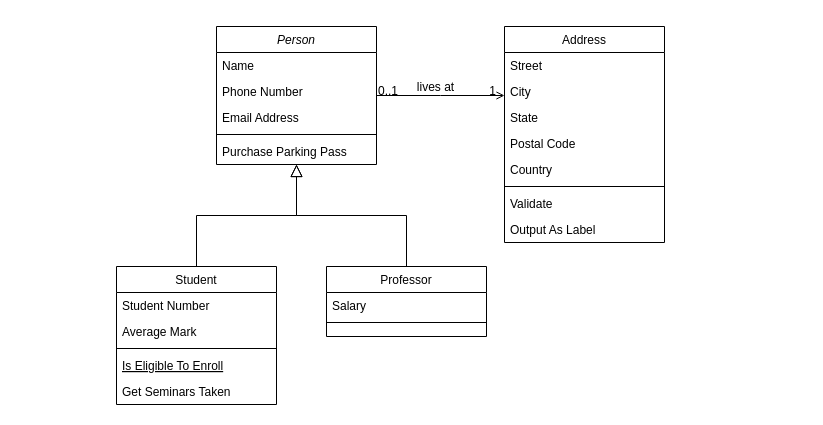
AgustinaFontana/1prueba keeps this draw.io diagram as SistDeComercio.drawio. Above is the earlier version. Source tidied: cells renumbered, new cells numbered last; positions are measured from the earlier drawing's top-left corner, leaving out a move shared by most shapes. Both pictures are drawn from the tidied source at 100%, with x=0, y=0 at pixel (116, 26).
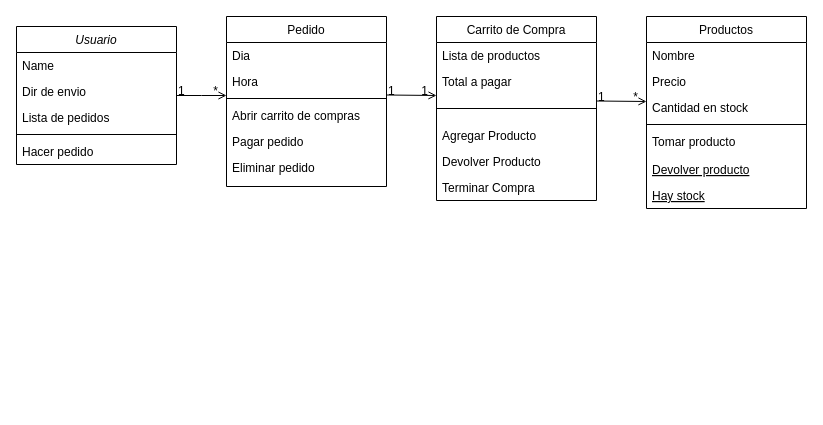
Above is the later version.

The change refers to these unchanged cells:
```xml
<mxCell id="28" style="endArrow=open;shadow=0;strokeWidth=1;rounded=0;endFill=1;edgeStyle=elbowEdgeStyle;elbow=vertical;" parent="1" edge="1" source="2" target="19">
  <mxGeometry x="0.5" y="41" relative="1" as="geometry">
    <mxPoint x="-40" y="32" as="offset" />
  </mxGeometry>
</mxCell>
```

What changed in the source:
```diff
@@
-    <mxCell id="2" value="Person" style="swimlane;fontStyle=2;align=center;verticalAlign=top;horizontal=1;startSize=26;rounded=0;shadow=0;strokeWidth=1;" parent="1" vertex="1">
-      <mxGeometry x="100" width="160" height="138" as="geometry" />
+    <mxCell id="2" value="Usuario" style="swimlane;fontStyle=2;align=center;verticalAlign=top;horizontal=1;startSize=26;rounded=0;shadow=0;strokeWidth=1;" parent="1" vertex="1">
+      <mxGeometry x="-100" width="160" height="138" as="geometry" />
     </mxCell>
@@
-    <mxCell id="4" value="Phone Number" style="text;align=left;verticalAlign=top;spacingLeft=4;spacingRight=4;overflow=hidden;rounded=0;shadow=0;html=0;" parent="2" vertex="1">
+    <mxCell id="4" value="Dir de envio" style="text;align=left;verticalAlign=top;spacingLeft=4;spacingRight=4;overflow=hidden;rounded=0;shadow=0;html=0;" parent="2" vertex="1">
       <mxGeometry y="52" width="160" height="26" as="geometry" />
     </mxCell>
-    <mxCell id="5" value="Email Address" style="text;align=left;verticalAlign=top;spacingLeft=4;spacingRight=4;overflow=hidden;rounded=0;shadow=0;html=0;" parent="2" vertex="1">
+    <mxCell id="5" value="Lista de pedidos" style="text;align=left;verticalAlign=top;spacingLeft=4;spacingRight=4;overflow=hidden;rounded=0;shadow=0;html=0;" parent="2" vertex="1">
       <mxGeometry y="78" width="160" height="26" as="geometry" />
     </mxCell>
@@
-    <mxCell id="7" value="Purchase Parking Pass" style="text;align=left;verticalAlign=top;spacingLeft=4;spacingRight=4;overflow=hidden;" parent="2" vertex="1">
+    <mxCell id="7" value="Hacer pedido" style="text;align=left;verticalAlign=top;spacingLeft=4;spacingRight=4;overflow=hidden;" parent="2" vertex="1">
       <mxGeometry y="112" width="160" height="26" as="geometry" />
     </mxCell>
-    <mxCell id="8" value="Student" style="swimlane;fontStyle=0;align=center;verticalAlign=top;horizontal=1;startSize=26;rounded=0;shadow=0;strokeWidth=1;" parent="1" vertex="1">
-      <mxGeometry y="240" width="160" height="138" as="geometry" />
+    <mxCell id="8" value="Productos" style="swimlane;fontStyle=0;align=center;verticalAlign=top;horizontal=1;startSize=26;rounded=0;shadow=0;strokeWidth=1;" parent="1" vertex="1">
+      <mxGeometry x="530" y="-10" width="160" height="192" as="geometry" />
     </mxCell>
-    <mxCell id="9" value="Student Number" style="text;align=left;verticalAlign=top;spacingLeft=4;spacingRight=4;overflow=hidden;" parent="8" vertex="1">
+    <mxCell id="9" value="Nombre" style="text;align=left;verticalAlign=top;spacingLeft=4;spacingRight=4;overflow=hidden;" parent="8" vertex="1">
       <mxGeometry y="26" width="160" height="26" as="geometry" />
     </mxCell>
-    <mxCell id="10" value="Average Mark" style="text;align=left;verticalAlign=top;spacingLeft=4;spacingRight=4;overflow=hidden;rounded=0;shadow=0;html=0;" parent="8" vertex="1">
+    <mxCell id="10" value="Precio" style="text;align=left;verticalAlign=top;spacingLeft=4;spacingRight=4;overflow=hidden;rounded=0;shadow=0;html=0;" parent="8" vertex="1">
       <mxGeometry y="52" width="160" height="26" as="geometry" />
     </mxCell>
+    <mxCell id="32" value="Cantidad en stock" style="text;align=left;verticalAlign=top;spacingLeft=4;spacingRight=4;overflow=hidden;rounded=0;shadow=0;html=0;" parent="8" vertex="1">
+      <mxGeometry y="78" width="160" height="26" as="geometry" />
+    </mxCell>
     <mxCell id="11" style="line;html=1;strokeWidth=1;align=left;verticalAlign=middle;spacingTop=-1;spacingLeft=3;spacingRight=3;labelPosition=right;" parent="8" vertex="1">
-      <mxGeometry y="78" width="160" height="8" as="geometry" />
+      <mxGeometry y="104" width="160" height="8" as="geometry" />
     </mxCell>
+    <mxCell id="13" value="Tomar producto" style="text;align=left;verticalAlign=top;spacingLeft=4;spacingRight=4;overflow=hidden;" parent="8" vertex="1">
+      <mxGeometry y="112" width="160" height="28" as="geometry" />
+    </mxCell>
-    <mxCell id="12" value="Is Eligible To Enroll" style="text;align=left;verticalAlign=top;spacingLeft=4;spacingRight=4;overflow=hidden;fontStyle=4;" parent="8" vertex="1">
-      <mxGeometry y="86" width="160" height="26" as="geometry" />
+    <mxCell id="12" value="Devolver producto" style="text;align=left;verticalAlign=top;spacingLeft=4;spacingRight=4;overflow=hidden;fontStyle=4;" parent="8" vertex="1">
+      <mxGeometry y="140" width="160" height="26" as="geometry" />
     </mxCell>
-    <mxCell id="13" value="Get Seminars Taken" style="text;align=left;verticalAlign=top;spacingLeft=4;spacingRight=4;overflow=hidden;" parent="8" vertex="1">
-      <mxGeometry y="112" width="160" height="26" as="geometry" />
-    </mxCell>
-    <mxCell id="14" style="endArrow=block;endSize=10;endFill=0;shadow=0;strokeWidth=1;rounded=0;edgeStyle=elbowEdgeStyle;elbow=vertical;" parent="1" edge="1" source="8" target="2">
-      <mxGeometry relative="1" as="geometry" />
-    </mxCell>
+    <mxCell id="33" value="Hay stock" style="text;align=left;verticalAlign=top;spacingLeft=4;spacingRight=4;overflow=hidden;fontStyle=4;" parent="8" vertex="1">
+      <mxGeometry y="166" width="160" height="26" as="geometry" />
+    </mxCell>
-    <mxCell id="15" value="Professor" style="swimlane;fontStyle=0;align=center;verticalAlign=top;horizontal=1;startSize=26;rounded=0;shadow=0;strokeWidth=1;" parent="1" vertex="1">
-      <mxGeometry x="210" y="240" width="160" height="70" as="geometry" />
+    <mxCell id="15" value="Carrito de Compra" style="swimlane;fontStyle=0;align=center;verticalAlign=top;horizontal=1;startSize=26;rounded=0;shadow=0;strokeWidth=1;" parent="1" vertex="1">
+      <mxGeometry x="320" y="-10" width="160" height="184" as="geometry" />
     </mxCell>
-    <mxCell id="16" value="Salary" style="text;align=left;verticalAlign=top;spacingLeft=4;spacingRight=4;overflow=hidden;" parent="15" vertex="1">
+    <mxCell id="16" value="Lista de productos" style="text;align=left;verticalAlign=top;spacingLeft=4;spacingRight=4;overflow=hidden;" parent="15" vertex="1">
       <mxGeometry y="26" width="160" height="26" as="geometry" />
     </mxCell>
+    <mxCell id="34" value="Total a pagar" style="text;align=left;verticalAlign=top;spacingLeft=4;spacingRight=4;overflow=hidden;" parent="15" vertex="1">
+      <mxGeometry y="52" width="160" height="26" as="geometry" />
+    </mxCell>
     <mxCell id="17" style="line;html=1;strokeWidth=1;align=left;verticalAlign=middle;spacingTop=-1;spacingLeft=3;spacingRight=3;labelPosition=right;" parent="15" vertex="1">
-      <mxGeometry y="52" width="160" height="8" as="geometry" />
+      <mxGeometry y="78" width="160" height="28" as="geometry" />
     </mxCell>
-    <mxCell id="18" style="endArrow=block;endSize=10;endFill=0;shadow=0;strokeWidth=1;rounded=0;edgeStyle=elbowEdgeStyle;elbow=vertical;" parent="1" edge="1" source="15" target="2">
-      <mxGeometry relative="1" as="geometry" />
-    </mxCell>
+    <mxCell id="35" value="Agregar Producto" style="text;align=left;verticalAlign=top;spacingLeft=4;spacingRight=4;overflow=hidden;" parent="15" vertex="1">
+      <mxGeometry y="106" width="160" height="26" as="geometry" />
+    </mxCell>
+    <mxCell id="36" value="Devolver Producto" style="text;align=left;verticalAlign=top;spacingLeft=4;spacingRight=4;overflow=hidden;" parent="15" vertex="1">
+      <mxGeometry y="132" width="160" height="26" as="geometry" />
+    </mxCell>
+    <mxCell id="37" value="Terminar Compra" style="text;align=left;verticalAlign=top;spacingLeft=4;spacingRight=4;overflow=hidden;" parent="15" vertex="1">
+      <mxGeometry y="158" width="160" height="26" as="geometry" />
+    </mxCell>
-    <mxCell id="19" value="Address" style="swimlane;fontStyle=0;align=center;verticalAlign=top;horizontal=1;startSize=26;rounded=0;shadow=0;strokeWidth=1;" parent="1" vertex="1">
-      <mxGeometry x="388" width="160" height="216" as="geometry" />
+    <mxCell id="19" value="Pedido" style="swimlane;fontStyle=0;align=center;verticalAlign=top;horizontal=1;startSize=26;rounded=0;shadow=0;strokeWidth=1;" parent="1" vertex="1">
+      <mxGeometry x="110" y="-10" width="160" height="170" as="geometry" />
     </mxCell>
-    <mxCell id="20" value="Street" style="text;align=left;verticalAlign=top;spacingLeft=4;spacingRight=4;overflow=hidden;" parent="19" vertex="1">
+    <mxCell id="20" value="Dia" style="text;align=left;verticalAlign=top;spacingLeft=4;spacingRight=4;overflow=hidden;" parent="19" vertex="1">
       <mxGeometry y="26" width="160" height="26" as="geometry" />
     </mxCell>
-    <mxCell id="21" value="City" style="text;align=left;verticalAlign=top;spacingLeft=4;spacingRight=4;overflow=hidden;rounded=0;shadow=0;html=0;" parent="19" vertex="1">
+    <mxCell id="21" value="Hora" style="text;align=left;verticalAlign=top;spacingLeft=4;spacingRight=4;overflow=hidden;rounded=0;shadow=0;html=0;" parent="19" vertex="1">
       <mxGeometry y="52" width="160" height="26" as="geometry" />
     </mxCell>
-    <mxCell id="22" value="State" style="text;align=left;verticalAlign=top;spacingLeft=4;spacingRight=4;overflow=hidden;rounded=0;shadow=0;html=0;" parent="19" vertex="1">
-      <mxGeometry y="78" width="160" height="26" as="geometry" />
-    </mxCell>
-    <mxCell id="23" value="Postal Code" style="text;align=left;verticalAlign=top;spacingLeft=4;spacingRight=4;overflow=hidden;rounded=0;shadow=0;html=0;" parent="19" vertex="1">
-      <mxGeometry y="104" width="160" height="26" as="geometry" />
-    </mxCell>
-    <mxCell id="24" value="Country" style="text;align=left;verticalAlign=top;spacingLeft=4;spacingRight=4;overflow=hidden;rounded=0;shadow=0;html=0;" parent="19" vertex="1">
-      <mxGeometry y="130" width="160" height="26" as="geometry" />
-    </mxCell>
     <mxCell id="25" style="line;html=1;strokeWidth=1;align=left;verticalAlign=middle;spacingTop=-1;spacingLeft=3;spacingRight=3;labelPosition=right;" parent="19" vertex="1">
-      <mxGeometry y="156" width="160" height="8" as="geometry" />
+      <mxGeometry y="78" width="160" height="8" as="geometry" />
     </mxCell>
-    <mxCell id="26" value="Validate" style="text;align=left;verticalAlign=top;spacingLeft=4;spacingRight=4;overflow=hidden;" parent="19" vertex="1">
-      <mxGeometry y="164" width="160" height="26" as="geometry" />
-    </mxCell>
-    <mxCell id="27" value="Output As Label" style="text;align=left;verticalAlign=top;spacingLeft=4;spacingRight=4;overflow=hidden;" parent="19" vertex="1">
-      <mxGeometry y="190" width="160" height="26" as="geometry" />
+    <mxCell id="27" value="Abrir carrito de compras" style="text;align=left;verticalAlign=top;spacingLeft=4;spacingRight=4;overflow=hidden;" parent="19" vertex="1">
+      <mxGeometry y="86" width="160" height="26" as="geometry" />
     </mxCell>
+    <mxCell id="38" value="Pagar pedido" style="text;align=left;verticalAlign=top;spacingLeft=4;spacingRight=4;overflow=hidden;" parent="19" vertex="1">
+      <mxGeometry y="112" width="160" height="26" as="geometry" />
+    </mxCell>
+    <mxCell id="39" value="Eliminar pedido" style="text;align=left;verticalAlign=top;spacingLeft=4;spacingRight=4;overflow=hidden;" parent="19" vertex="1">
+      <mxGeometry y="138" width="160" height="26" as="geometry" />
+    </mxCell>
@@
-    <mxCell id="29" value="0..1" style="align=left;verticalAlign=bottom;labelBackgroundColor=none;fontSize=12;" parent="28" vertex="1">
+    <mxCell id="29" value="1" style="align=left;verticalAlign=bottom;labelBackgroundColor=none;fontSize=12;" parent="28" vertex="1">
       <mxGeometry x="-1" relative="1" as="geometry">
         <mxPoint y="4" as="offset" />
       </mxGeometry>
     </mxCell>
-    <mxCell id="30" value="1" style="align=right;verticalAlign=bottom;labelBackgroundColor=none;fontSize=12;" parent="28" vertex="1">
+    <mxCell id="30" value="*" style="align=right;verticalAlign=bottom;labelBackgroundColor=none;fontSize=12;" parent="28" vertex="1">
       <mxGeometry x="1" relative="1" as="geometry">
         <mxPoint x="-7" y="4" as="offset" />
       </mxGeometry>
     </mxCell>
-    <mxCell id="31" value="lives at" style="text;html=1;align=center;verticalAlign=middle;labelBackgroundColor=none;rounded=0;shadow=0;strokeWidth=1;fontSize=12;" parent="28" vertex="1">
-      <mxGeometry x="0.5" y="49" relative="1" as="geometry">
-        <mxPoint x="-38" y="40" as="offset" />
-      </mxGeometry>
-    </mxCell>
+    <mxCell id="40" style="endArrow=open;shadow=0;strokeWidth=1;rounded=0;endFill=1;edgeStyle=elbowEdgeStyle;elbow=vertical;" parent="1" edge="1">
+      <mxGeometry x="0.5" y="41" relative="1" as="geometry">
+        <mxPoint x="270" y="68.5" as="sourcePoint" />
+        <mxPoint x="320" y="68.5" as="targetPoint" />
+        <mxPoint x="-40" y="32" as="offset" />
+      </mxGeometry>
+    </mxCell>
+    <mxCell id="41" value="1" style="align=left;verticalAlign=bottom;labelBackgroundColor=none;fontSize=12;" parent="40" vertex="1">
+      <mxGeometry x="-1" relative="1" as="geometry">
+        <mxPoint y="4" as="offset" />
+      </mxGeometry>
+    </mxCell>
+    <mxCell id="42" value="1" style="align=right;verticalAlign=bottom;labelBackgroundColor=none;fontSize=12;" parent="40" vertex="1">
+      <mxGeometry x="1" relative="1" as="geometry">
+        <mxPoint x="-7" y="4" as="offset" />
+      </mxGeometry>
+    </mxCell>
+    <mxCell id="43" style="endArrow=open;shadow=0;strokeWidth=1;rounded=0;endFill=1;edgeStyle=elbowEdgeStyle;elbow=vertical;" parent="1" edge="1">
+      <mxGeometry x="0.5" y="41" relative="1" as="geometry">
+        <mxPoint x="480" y="74.5" as="sourcePoint" />
+        <mxPoint x="530" y="74.5" as="targetPoint" />
+        <mxPoint x="-40" y="32" as="offset" />
+      </mxGeometry>
+    </mxCell>
+    <mxCell id="44" value="1" style="align=left;verticalAlign=bottom;labelBackgroundColor=none;fontSize=12;" parent="43" vertex="1">
+      <mxGeometry x="-1" relative="1" as="geometry">
+        <mxPoint y="4" as="offset" />
+      </mxGeometry>
+    </mxCell>
+    <mxCell id="45" value="*" style="align=right;verticalAlign=bottom;labelBackgroundColor=none;fontSize=12;" parent="43" vertex="1">
+      <mxGeometry x="1" relative="1" as="geometry">
+        <mxPoint x="-7" y="4" as="offset" />
+      </mxGeometry>
+    </mxCell>
```
